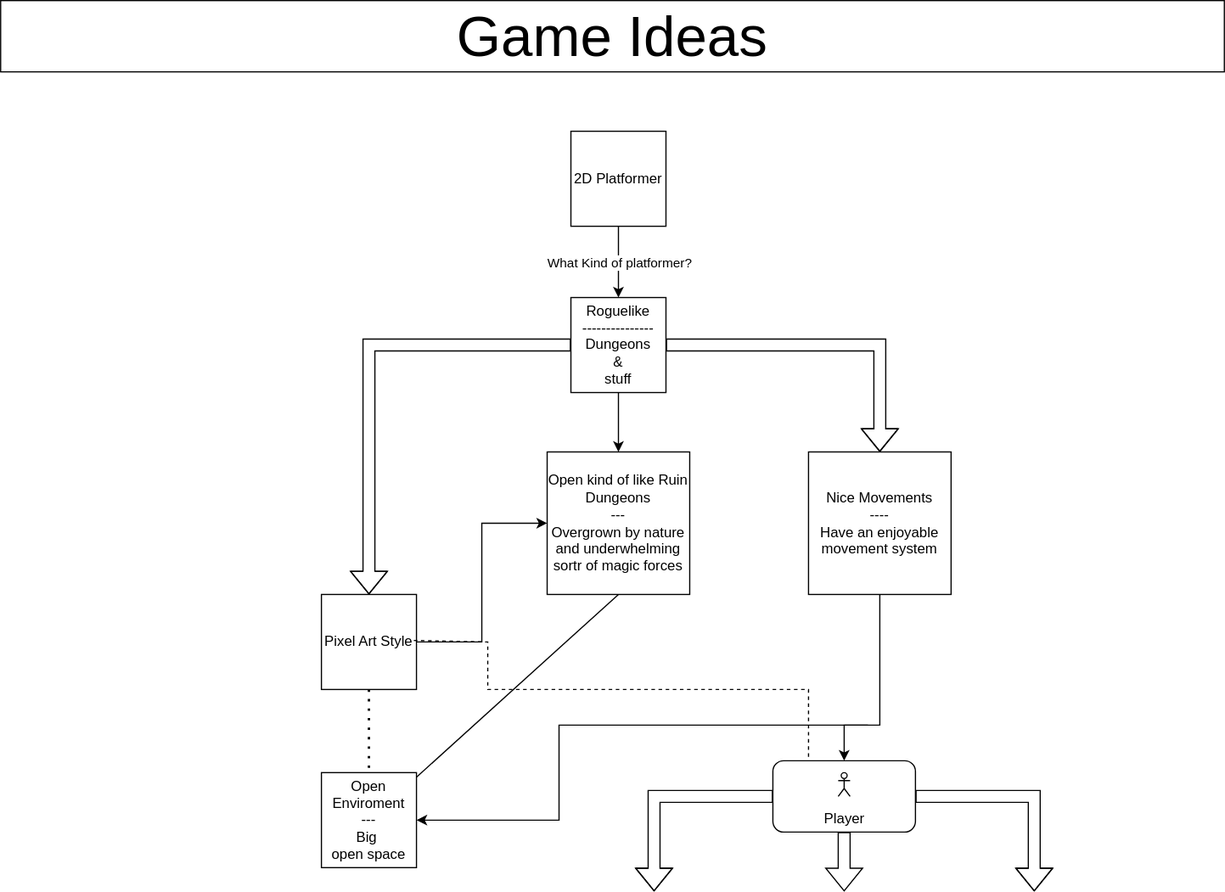
This is Plans/2DGamePlanning.drawio.svg from UnknownRedFoxDev/2D-Game, a draw.io export, as it was before one commit. Source tidied: cells renumbered, new cells last; positions are measured from the earlier drawing's top-left corner, leaving out a move shared by most shapes.
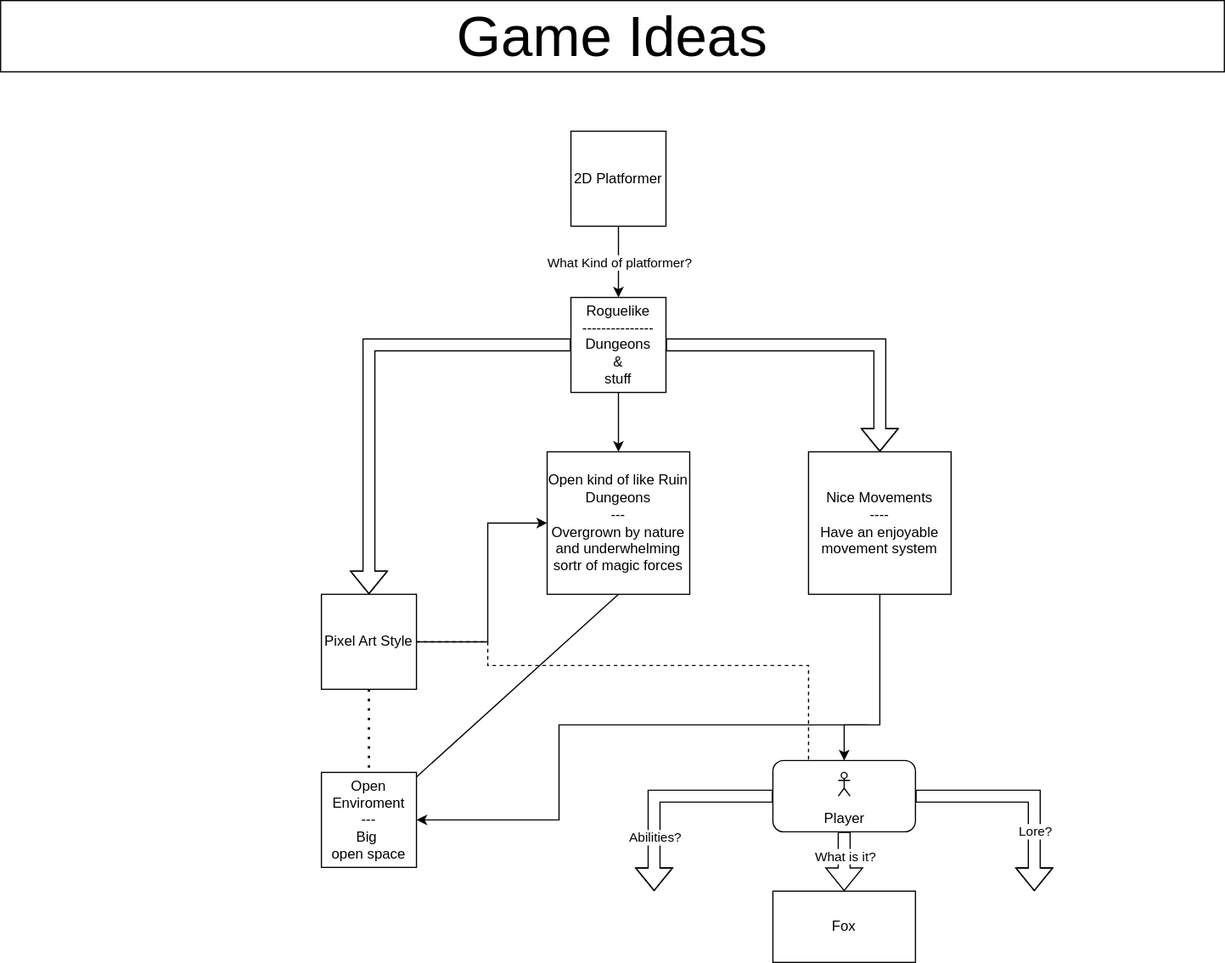
The same diagram one commit later.

Change to the diagram source:
```diff
@@ -48,7 +48,12 @@
       </mxGeometry>
     </mxCell>
     <mxCell id="12" style="edgeStyle=orthogonalEdgeStyle;rounded=0;jettySize=auto;html=1;" parent="1" edge="1" source="13" target="15">
-      <mxGeometry relative="1" as="geometry" />
+      <mxGeometry relative="1" as="geometry">
+        <Array as="points">
+          <mxPoint x="410" y="540" />
+          <mxPoint x="410" y="440" />
+        </Array>
+      </mxGeometry>
     </mxCell>
     <mxCell id="13" value="Pixel Art Style" style="whiteSpace=wrap;html=1;" parent="1" vertex="1">
       <mxGeometry x="270" y="500" width="80" height="80" as="geometry" />
@@ -84,11 +89,19 @@
         </Array>
       </mxGeometry>
     </mxCell>
+    <mxCell id="29" value="Abilities?" style="edgeLabel;html=1;align=center;verticalAlign=middle;" parent="20" vertex="1">
+      <mxGeometry x="0.48" relative="1" as="geometry" />
+    </mxCell>
     <mxCell id="21" style="shape=flexArrow;endArrow=classic;html=1;rounded=0;exitX=0.5;exitY=1;exitDx=0;exitDy=0;" parent="1" edge="1" source="27">
       <mxGeometry relative="1" as="geometry">
         <mxPoint x="710" y="750" as="targetPoint" />
       </mxGeometry>
     </mxCell>
+    <mxCell id="30" value="What is it?" style="edgeLabel;html=1;align=center;verticalAlign=middle;" parent="21" vertex="1">
+      <mxGeometry x="-0.27" y="2" relative="1" as="geometry">
+        <mxPoint x="-2" y="2" as="offset" />
+      </mxGeometry>
+    </mxCell>
     <mxCell id="22" style="shape=flexArrow;endArrow=classic;html=1;rounded=0;exitX=1;exitY=0.5;exitDx=0;exitDy=0;exitPerimeter=0;" parent="1" edge="1" source="27">
       <mxGeometry relative="1" as="geometry">
         <mxPoint x="870" y="750" as="targetPoint" />
@@ -97,13 +110,15 @@
         </Array>
       </mxGeometry>
     </mxCell>
+    <mxCell id="31" value="Lore?" style="edgeLabel;html=1;align=center;verticalAlign=middle;" parent="22" vertex="1">
+      <mxGeometry x="0.43" relative="1" as="geometry" />
+    </mxCell>
-    <mxCell id="23" style="endArrow=none;dashed=1;html=1;rounded=0;entryX=0.25;entryY=0;entryDx=0;entryDy=0;exitX=0.972;exitY=0.484;exitDx=0;exitDy=0;exitPerimeter=0;" parent="1" edge="1" source="13" target="27">
+    <mxCell id="23" style="endArrow=none;dashed=1;html=1;rounded=0;entryX=0.25;entryY=0;entryDx=0;entryDy=0;exitX=1;exitY=0.5;exitDx=0;exitDy=0;" parent="1" edge="1" source="13" target="27">
       <mxGeometry relative="1" as="geometry">
         <Array as="points">
           <mxPoint x="410" y="540" />
-          <mxPoint x="410" y="580" />
-          <mxPoint x="640" y="580" />
-          <mxPoint x="680" y="580" />
+          <mxPoint x="410" y="560" />
+          <mxPoint x="680" y="560" />
         </Array>
       </mxGeometry>
     </mxCell>
@@ -122,5 +137,8 @@
     <mxCell id="28" value="&lt;p style=&quot;line-height: 0%;&quot;&gt;Player&lt;/p&gt;" style="shape=umlActor;verticalLabelPosition=bottom;verticalAlign=top;html=1;align=center;" parent="26" vertex="1">
       <mxGeometry x="55" y="10" width="10" height="20" as="geometry" />
     </mxCell>
+    <mxCell id="32" value="Fox" style="rounded=0;whiteSpace=wrap;html=1;" parent="1" vertex="1">
+      <mxGeometry x="650" y="750" width="120" height="60" as="geometry" />
+    </mxCell>
   </root>
 </mxGraphModel>
```
